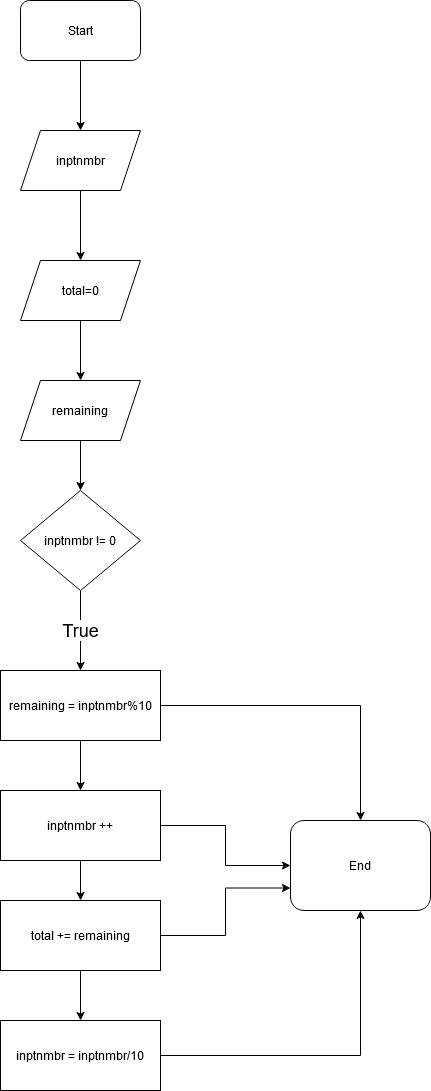
This is stages.png from RamizAbbasov/Stages, a draw.io export, as it was before one commit. Source tidied: cells renumbered, new cells last; positions are measured from the earlier drawing's top-left corner, leaving out a move shared by most shapes.
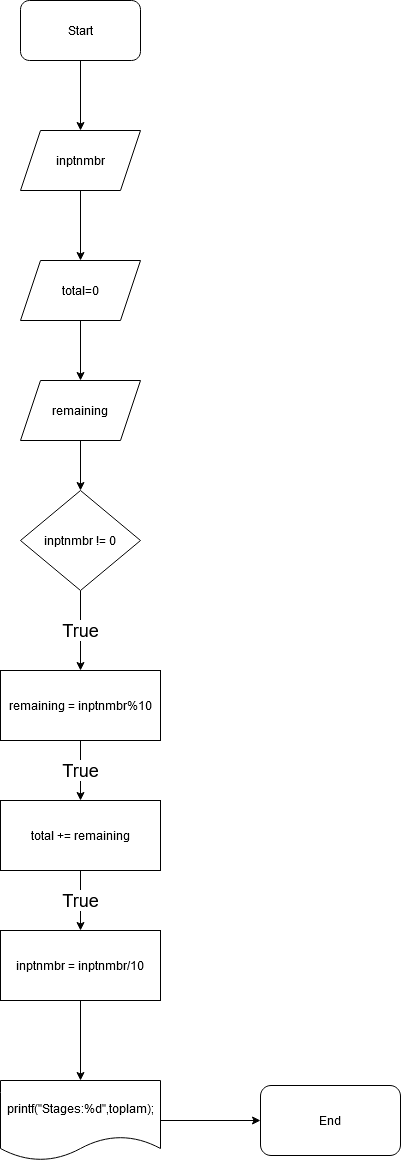
After the commit.

Diff of the diagram source:
```diff
@@ -32,41 +32,32 @@
     <mxCell id="11" value="inptnmbr != 0" style="rhombus;whiteSpace=wrap;html=1;" parent="1" vertex="1">
       <mxGeometry x="20" y="490" width="120" height="100" as="geometry" />
     </mxCell>
-    <mxCell id="12" style="edgeStyle=orthogonalEdgeStyle;rounded=0;jettySize=auto;html=1;" parent="1" edge="1" source="14" target="17">
-      <mxGeometry relative="1" as="geometry" />
-    </mxCell>
-    <mxCell id="13" style="edgeStyle=orthogonalEdgeStyle;rounded=0;jettySize=auto;html=1;entryX=0.5;entryY=0;entryDx=0;entryDy=0;" parent="1" edge="1" source="14" target="23">
-      <mxGeometry relative="1" as="geometry" />
-    </mxCell>
+    <mxCell id="24" value="&lt;font style=&quot;font-size: 18px&quot;&gt;True&lt;/font&gt;" style="edgeStyle=orthogonalEdgeStyle;rounded=0;jettySize=auto;html=1;" parent="1" edge="1" source="14" target="20">
+      <mxGeometry relative="1" as="geometry" />
+    </mxCell>
     <mxCell id="14" value="remaining = inptnmbr%10" style="whiteSpace=wrap;html=1;" parent="1" vertex="1">
       <mxGeometry y="670" width="160" height="70" as="geometry" />
     </mxCell>
-    <mxCell id="15" style="edgeStyle=orthogonalEdgeStyle;rounded=0;jettySize=auto;html=1;" parent="1" edge="1" source="17" target="20">
-      <mxGeometry relative="1" as="geometry" />
-    </mxCell>
-    <mxCell id="16" style="edgeStyle=orthogonalEdgeStyle;rounded=0;jettySize=auto;html=1;" parent="1" edge="1" source="17" target="23">
-      <mxGeometry relative="1" as="geometry" />
-    </mxCell>
-    <mxCell id="17" value="inptnmbr ++" style="whiteSpace=wrap;html=1;" parent="1" vertex="1">
-      <mxGeometry y="790" width="160" height="70" as="geometry" />
-    </mxCell>
-    <mxCell id="18" style="edgeStyle=orthogonalEdgeStyle;rounded=0;jettySize=auto;html=1;" parent="1" edge="1" source="20" target="22">
+    <mxCell id="18" value="&lt;font style=&quot;font-size: 18px&quot;&gt;True&lt;/font&gt;" style="edgeStyle=orthogonalEdgeStyle;rounded=0;jettySize=auto;html=1;" parent="1" edge="1" source="20" target="22">
       <mxGeometry relative="1" as="geometry" />
     </mxCell>
-    <mxCell id="19" style="edgeStyle=orthogonalEdgeStyle;rounded=0;jettySize=auto;html=1;entryX=0;entryY=0.75;entryDx=0;entryDy=0;" parent="1" edge="1" source="20" target="23">
-      <mxGeometry relative="1" as="geometry" />
-    </mxCell>
     <mxCell id="20" value="total += remaining" style="whiteSpace=wrap;html=1;" parent="1" vertex="1">
-      <mxGeometry y="900" width="160" height="70" as="geometry" />
+      <mxGeometry y="800" width="160" height="70" as="geometry" />
     </mxCell>
-    <mxCell id="21" style="edgeStyle=orthogonalEdgeStyle;rounded=0;jettySize=auto;html=1;entryX=0.5;entryY=1;entryDx=0;entryDy=0;" parent="1" edge="1" source="22" target="23">
-      <mxGeometry relative="1" as="geometry" />
-    </mxCell>
+    <mxCell id="25" style="edgeStyle=orthogonalEdgeStyle;rounded=0;jettySize=auto;html=1;" parent="1" edge="1" source="22" target="27">
+      <mxGeometry relative="1" as="geometry" />
+    </mxCell>
     <mxCell id="22" value="inptnmbr = inptnmbr/10" style="whiteSpace=wrap;html=1;" parent="1" vertex="1">
-      <mxGeometry y="1020" width="160" height="70" as="geometry" />
+      <mxGeometry y="930" width="160" height="70" as="geometry" />
     </mxCell>
+    <mxCell id="26" style="edgeStyle=orthogonalEdgeStyle;rounded=0;jettySize=auto;html=1;" parent="1" edge="1" source="27" target="23">
+      <mxGeometry relative="1" as="geometry" />
+    </mxCell>
+    <mxCell id="27" value="printf(&quot;Stages:%d&quot;,toplam);" style="shape=document;whiteSpace=wrap;html=1;boundedLbl=1;" parent="1" vertex="1">
+      <mxGeometry y="1080" width="160" height="80" as="geometry" />
+    </mxCell>
     <mxCell id="23" value="End" style="rounded=1;whiteSpace=wrap;html=1;" parent="1" vertex="1">
-      <mxGeometry x="290" y="820" width="140" height="90" as="geometry" />
+      <mxGeometry x="260" y="1085" width="140" height="70" as="geometry" />
     </mxCell>
   </root>
 </mxGraphModel>
```
